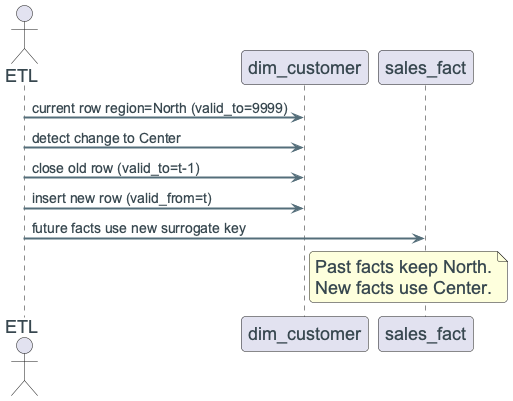
Above: diagrams/week05/week5_scd_type2_sequence.png in OrPerets/data-engineering-course (PlantUML), before the change. Source of this version:
```plantuml
@startuml
!include ../_template_styles.puml

actor ETL
participant "dim_customer" as D
participant "sales_fact" as F

ETL -> D : current row region=North (valid_to=9999)
ETL -> D : detect change to Center
ETL -> D : close old row (valid_to=t-1)
ETL -> D : insert new row (valid_from=t)
ETL -> F : future facts use new surrogate key

note right of D
Past facts keep North.
New facts use Center.
end note

@enduml
```
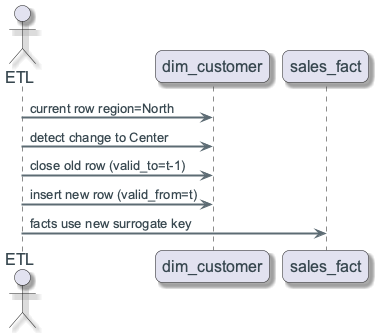
Above is the later version.

The edit, as a diff of the source:
```diff
@@ -1,19 +1,15 @@
 @startuml
 !include ../_template_styles.puml
+!include _week5_visual_style.puml
 
 actor ETL
 participant "dim_customer" as D
 participant "sales_fact" as F
 
-ETL -> D : current row region=North (valid_to=9999)
+ETL -> D : current row region=North
 ETL -> D : detect change to Center
 ETL -> D : close old row (valid_to=t-1)
 ETL -> D : insert new row (valid_from=t)
-ETL -> F : future facts use new surrogate key
-
-note right of D
-Past facts keep North.
-New facts use Center.
-end note
+ETL -> F : facts use new surrogate key
 
 @enduml
```
